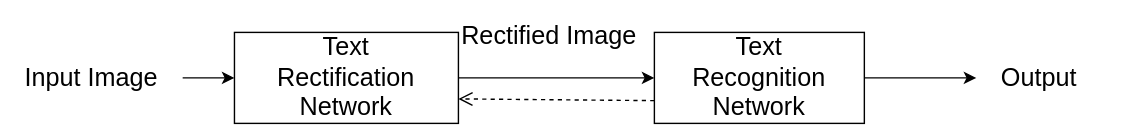
Dong-J93/_pictures keeps this draw.io diagram as 开题报告.drawio.svg. Above is the earlier version. Source tidied: cells renumbered, new cells last; positions are measured from the earlier drawing's top-left corner, leaving out a move shared by most shapes. Source of this version:
```xml
<mxGraphModel>
  <root>
    <mxCell id="0" />
    <mxCell id="1" parent="0" />
    <mxCell id="2" style="edgeStyle=orthogonalEdgeStyle;rounded=0;jettySize=auto;html=1;fontSize=18;" parent="1" edge="1" source="3" target="5">
      <mxGeometry relative="1" as="geometry" />
    </mxCell>
    <mxCell id="3" value="&lt;font style=&quot;font-size: 18px;&quot;&gt;Input Image&lt;/font&gt;" style="text;html=1;strokeColor=none;fillColor=none;align=center;verticalAlign=middle;whiteSpace=wrap;rounded=0;" parent="1" vertex="1">
      <mxGeometry y="30" width="130" height="50" as="geometry" />
    </mxCell>
    <mxCell id="4" style="edgeStyle=orthogonalEdgeStyle;rounded=0;jettySize=auto;html=1;fontSize=18;" parent="1" edge="1" source="5" target="7">
      <mxGeometry relative="1" as="geometry" />
    </mxCell>
    <mxCell id="5" value="Text&lt;br&gt;Rectification&lt;br&gt;Network" style="whiteSpace=wrap;html=1;fontSize=18;" parent="1" vertex="1">
      <mxGeometry x="167" y="22.5" width="160" height="65" as="geometry" />
    </mxCell>
    <mxCell id="6" style="edgeStyle=orthogonalEdgeStyle;rounded=0;jettySize=auto;html=1;fontSize=18;" parent="1" edge="1" source="7">
      <mxGeometry relative="1" as="geometry">
        <mxPoint x="697" y="55" as="targetPoint" />
      </mxGeometry>
    </mxCell>
    <mxCell id="7" value="Text&lt;br&gt;Recognition&lt;br&gt;Network" style="whiteSpace=wrap;html=1;fontSize=18;" parent="1" vertex="1">
      <mxGeometry x="467" y="22.5" width="150" height="65" as="geometry" />
    </mxCell>
    <mxCell id="8" style="html=1;verticalAlign=bottom;endArrow=open;dashed=1;endSize=8;rounded=0;fontSize=18;exitX=0;exitY=0.75;exitDx=0;exitDy=0;" parent="1" edge="1" source="7">
      <mxGeometry relative="1" as="geometry">
        <mxPoint x="327" y="70" as="targetPoint" />
      </mxGeometry>
    </mxCell>
    <mxCell id="9" value="&lt;font style=&quot;font-size: 18px;&quot;&gt;Rectified Image&lt;/font&gt;" style="text;html=1;strokeColor=none;fillColor=none;align=center;verticalAlign=middle;whiteSpace=wrap;rounded=0;" parent="1" vertex="1">
      <mxGeometry x="327" width="130" height="50" as="geometry" />
    </mxCell>
    <mxCell id="10" value="Output" style="text;html=1;strokeColor=none;fillColor=none;align=center;verticalAlign=middle;whiteSpace=wrap;rounded=0;fontSize=18;" parent="1" vertex="1">
      <mxGeometry x="677" y="37.5" width="130" height="35" as="geometry" />
    </mxCell>
  </root>
</mxGraphModel>
```
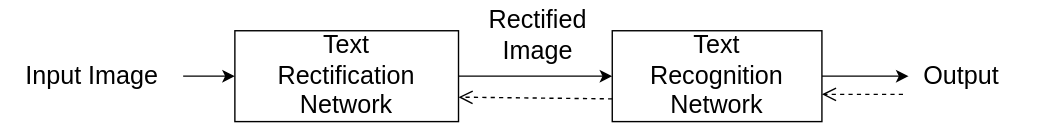
After the commit.

Commit message:
更新开题报告.drawio

Change to the diagram source:
```diff
@@ -16,22 +16,28 @@
     </mxCell>
     <mxCell id="6" style="edgeStyle=orthogonalEdgeStyle;rounded=0;jettySize=auto;html=1;fontSize=18;" parent="1" edge="1" source="7">
       <mxGeometry relative="1" as="geometry">
-        <mxPoint x="697" y="55" as="targetPoint" />
+        <mxPoint x="649" y="55" as="targetPoint" />
       </mxGeometry>
     </mxCell>
     <mxCell id="7" value="Text&lt;br&gt;Recognition&lt;br&gt;Network" style="whiteSpace=wrap;html=1;fontSize=18;" parent="1" vertex="1">
-      <mxGeometry x="467" y="22.5" width="150" height="65" as="geometry" />
+      <mxGeometry x="437" y="22.5" width="150" height="65" as="geometry" />
     </mxCell>
     <mxCell id="8" style="html=1;verticalAlign=bottom;endArrow=open;dashed=1;endSize=8;rounded=0;fontSize=18;exitX=0;exitY=0.75;exitDx=0;exitDy=0;" parent="1" edge="1" source="7">
       <mxGeometry relative="1" as="geometry">
         <mxPoint x="327" y="70" as="targetPoint" />
       </mxGeometry>
     </mxCell>
-    <mxCell id="9" value="&lt;font style=&quot;font-size: 18px;&quot;&gt;Rectified Image&lt;/font&gt;" style="text;html=1;strokeColor=none;fillColor=none;align=center;verticalAlign=middle;whiteSpace=wrap;rounded=0;" parent="1" vertex="1">
-      <mxGeometry x="327" width="130" height="50" as="geometry" />
+    <mxCell id="9" value="&lt;font style=&quot;font-size: 18px;&quot;&gt;Rectified&lt;br&gt;Image&lt;/font&gt;" style="text;html=1;strokeColor=none;fillColor=none;align=center;verticalAlign=middle;whiteSpace=wrap;rounded=0;" parent="1" vertex="1">
+      <mxGeometry x="319" y="1" width="130" height="50" as="geometry" />
     </mxCell>
     <mxCell id="10" value="Output" style="text;html=1;strokeColor=none;fillColor=none;align=center;verticalAlign=middle;whiteSpace=wrap;rounded=0;fontSize=18;" parent="1" vertex="1">
-      <mxGeometry x="677" y="37.5" width="130" height="35" as="geometry" />
+      <mxGeometry x="622" y="37.5" width="130" height="35" as="geometry" />
     </mxCell>
+    <mxCell id="11" style="html=1;verticalAlign=bottom;endArrow=open;dashed=1;endSize=8;rounded=0;fontSize=18;" parent="1" edge="1">
+      <mxGeometry relative="1" as="geometry">
+        <mxPoint x="645" y="68" as="sourcePoint" />
+        <mxPoint x="587" y="68" as="targetPoint" />
+      </mxGeometry>
+    </mxCell>
   </root>
 </mxGraphModel>
```
